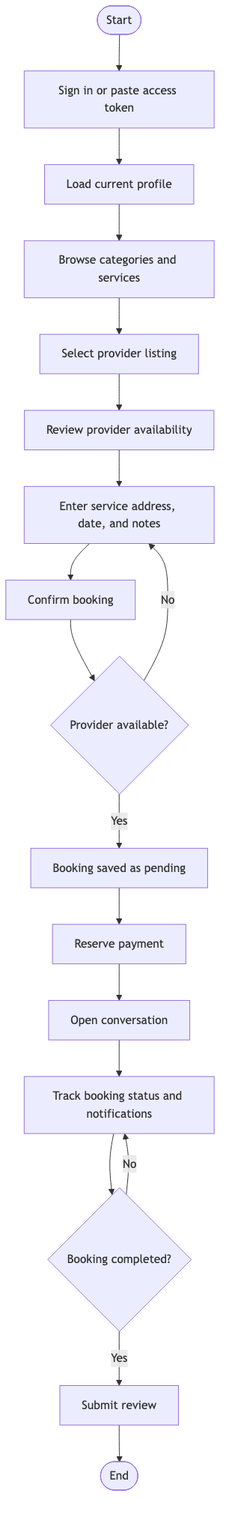
This is docs/diagrams/exports/png/08-customer-booking-activity.png from shmce/servease-locked-in, a Mermaid export, as it was before one commit. Its source is kept beside it as docs/diagrams/source/08-customer-booking-activity.mmd.
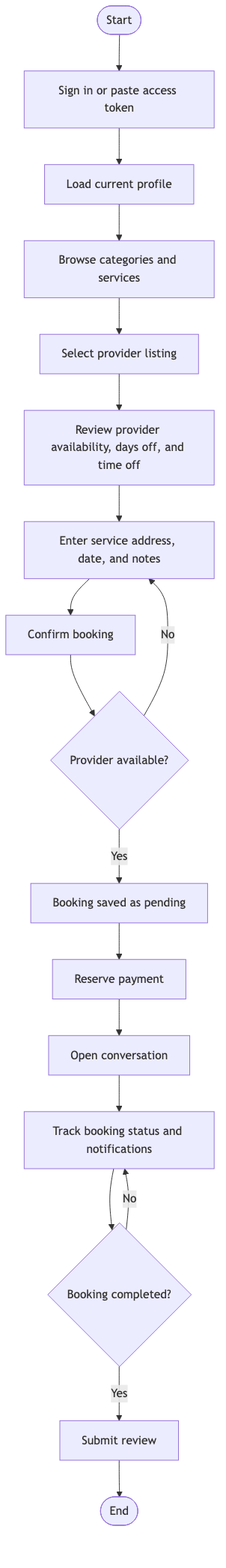
After the change.

Diff of the diagram source:
```diff
@@ -4,7 +4,7 @@
   profile[Load current profile]
   browse[Browse categories and services]
   providers[Select provider listing]
-  availability[Review provider availability]
+  availability[Review provider availability, days off, and time off]
   details[Enter service address, date, and notes]
   submit[Confirm booking]
   validate{Provider available?}
```
